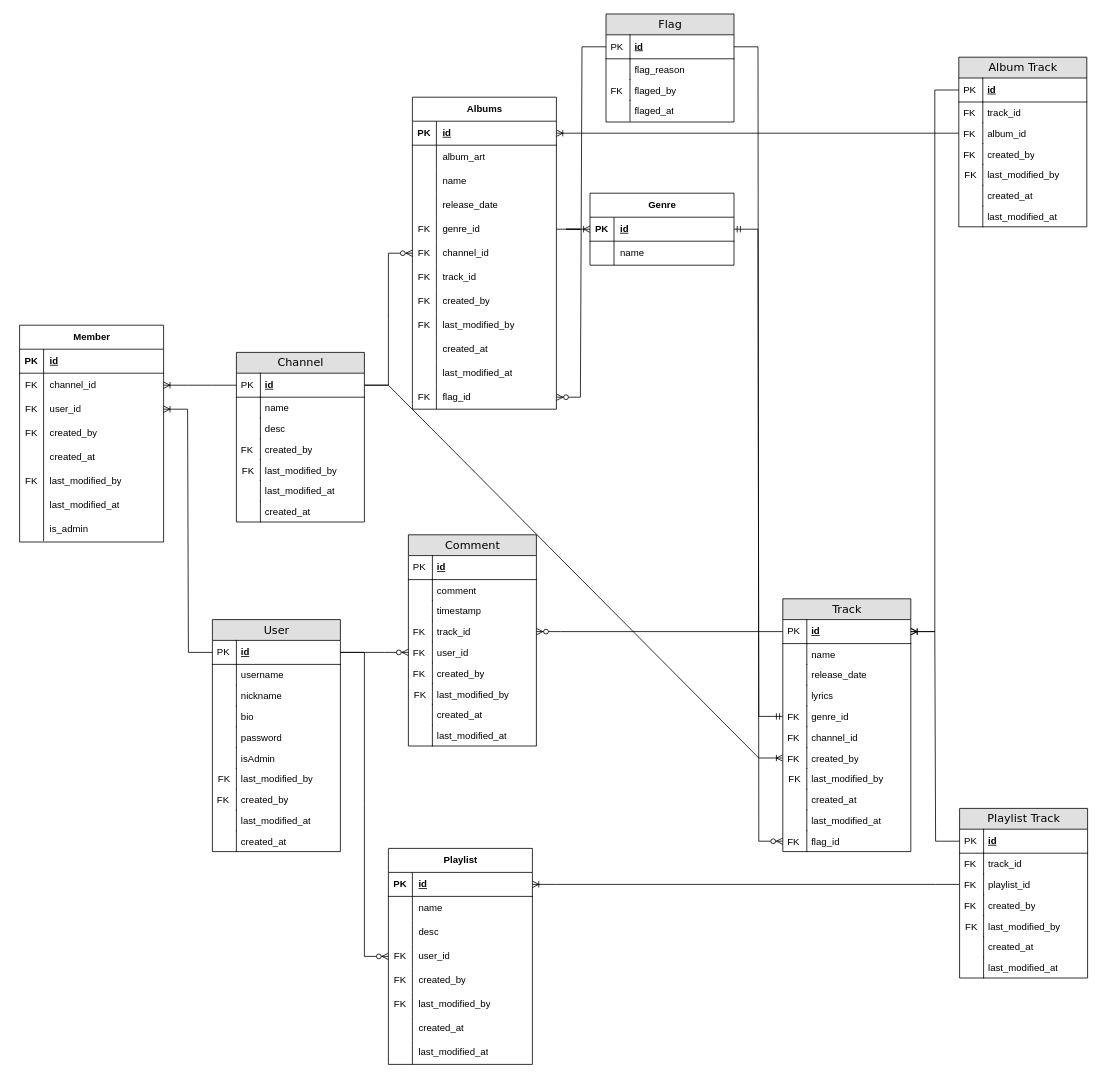
Above: blueprints/ER Diagram.drawio in kabironline/Audify-Server (draw.io), before the change. Source tidied: cells renumbered, new cells numbered last; positions are measured from the earlier drawing's top-left corner, leaving out a move shared by most shapes. Both pictures are drawn from the tidied source at 80%, with x=0, y=0 at pixel (19, 14).
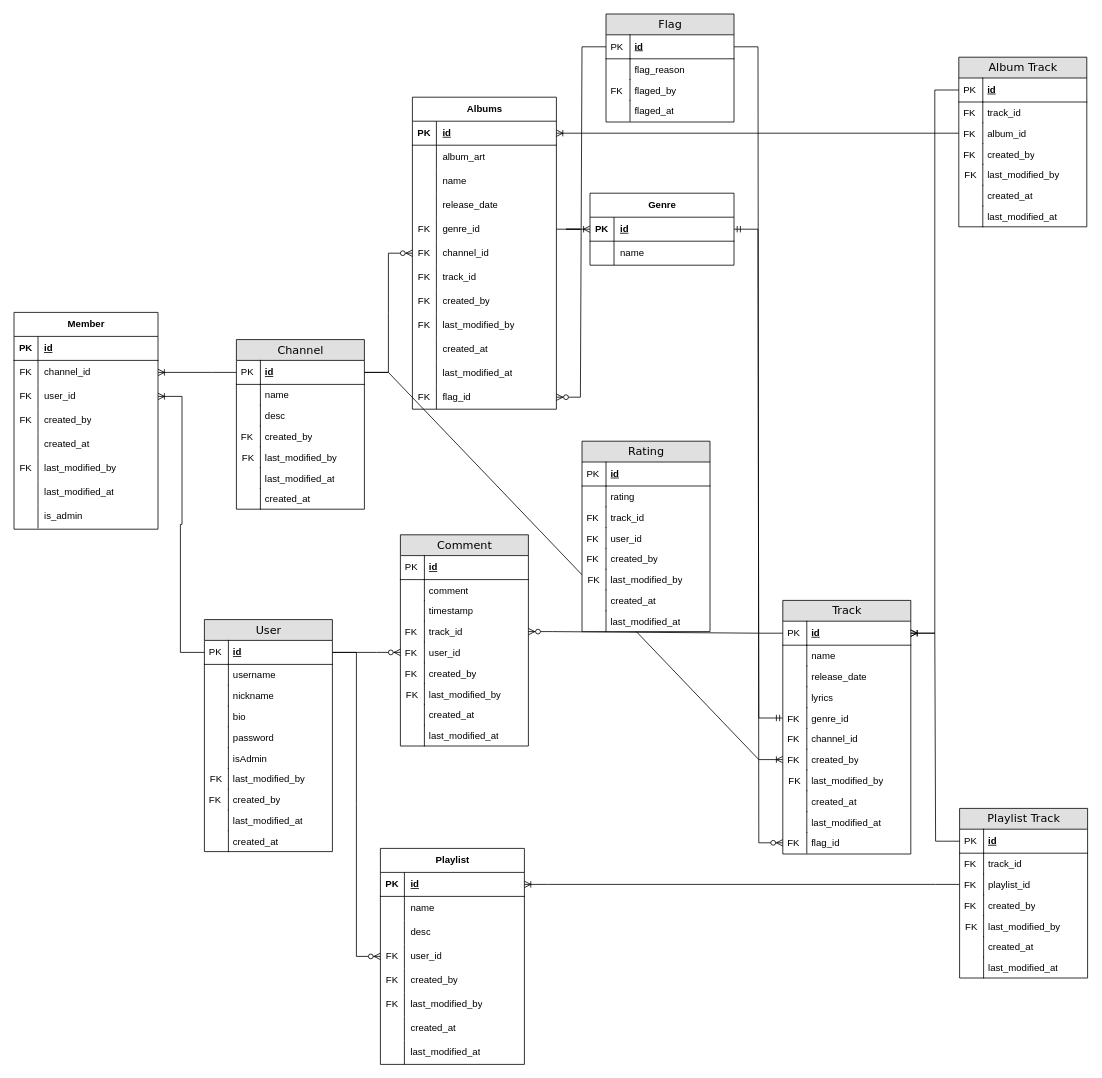
After the change.

Commit message (it also covers changes not shown here):
Updated settings and ER Diagram

What changed in the source:
```diff
@@
     <mxCell id="2" value="User" style="swimlane;html=1;fontStyle=0;horizontal=1;startSize=26;fillColor=#e0e0e0;swimlaneFillColor=#ffffff;align=center;rounded=0;shadow=0;comic=0;labelBackgroundColor=none;strokeWidth=1;fontFamily=Verdana;fontSize=14;" parent="1" vertex="1">
-      <mxGeometry x="241" y="757" width="160" height="290" as="geometry" />
+      <mxGeometry x="231" y="757" width="160" height="290" as="geometry" />
     </mxCell>
@@
     <mxCell id="23" value="Channel" style="swimlane;html=1;fontStyle=0;horizontal=1;startSize=26;fillColor=#e0e0e0;swimlaneFillColor=#ffffff;align=center;rounded=0;shadow=0;comic=0;labelBackgroundColor=none;strokeWidth=1;fontFamily=Verdana;fontSize=14;" parent="1" vertex="1">
-      <mxGeometry x="271" y="423" width="160" height="212" as="geometry" />
+      <mxGeometry x="271" y="407" width="160" height="212" as="geometry" />
     </mxCell>
@@
     <mxCell id="42" value="Comment" style="swimlane;html=1;fontStyle=0;horizontal=1;startSize=26;fillColor=#e0e0e0;swimlaneFillColor=#ffffff;align=center;rounded=0;shadow=0;comic=0;labelBackgroundColor=none;strokeWidth=1;fontFamily=Verdana;fontSize=14;" parent="1" vertex="1">
-      <mxGeometry x="486" y="651" width="160" height="264" as="geometry" />
+      <mxGeometry x="476" y="651" width="160" height="264" as="geometry" />
     </mxCell>
@@
     <mxCell id="109" value="Playlist" style="shape=table;startSize=30;childLayout=tableLayout;rowLines=0;fontStyle=1;align=center;html=1;rounded=0;shadow=0;" parent="1" vertex="1">
-      <mxGeometry x="461" y="1043" width="180" height="270" as="geometry" />
+      <mxGeometry x="451" y="1043" width="180" height="270" as="geometry" />
     </mxCell>
@@
     <mxCell id="135" value="Member" style="shape=table;startSize=30;childLayout=tableLayout;rowLines=0;fontStyle=1;align=center;html=1;rounded=0;shadow=0;" parent="1" vertex="1">
-      <mxGeometry y="389" width="180" height="271" as="geometry" />
+      <mxGeometry x="-7" y="373" width="180" height="271" as="geometry" />
     </mxCell>
@@
     <mxCell id="176" value="Track" style="swimlane;html=1;fontStyle=0;horizontal=1;startSize=26;fillColor=#e0e0e0;swimlaneFillColor=#ffffff;align=center;rounded=0;shadow=0;comic=0;labelBackgroundColor=none;strokeWidth=1;fontFamily=Verdana;fontSize=14;" parent="1" vertex="1">
-      <mxGeometry x="954" y="731" width="160" height="316" as="geometry" />
+      <mxGeometry x="954" y="733" width="160" height="317" as="geometry" />
     </mxCell>
@@
+    <mxCell id="228" value="Rating" style="swimlane;html=1;fontStyle=0;horizontal=1;startSize=26;fillColor=#e0e0e0;swimlaneFillColor=#ffffff;align=center;rounded=0;shadow=0;comic=0;labelBackgroundColor=none;strokeWidth=1;fontFamily=Verdana;fontSize=14;" parent="1" vertex="1">
+      <mxGeometry x="703" y="534" width="160" height="238" as="geometry" />
+    </mxCell>
+    <mxCell id="229" value="id" style="shape=partialRectangle;top=0;left=0;right=0;bottom=1;html=1;align=left;verticalAlign=middle;fillColor=none;spacingLeft=34;spacingRight=4;whiteSpace=wrap;overflow=hidden;fontStyle=5;rounded=0;shadow=0;" parent="228" vertex="1">
+      <mxGeometry y="26" width="160" height="30" as="geometry" />
+    </mxCell>
+    <mxCell id="230" value="PK" style="shape=partialRectangle;top=0;left=0;bottom=0;html=1;fillColor=none;align=left;verticalAlign=middle;spacingLeft=4;spacingRight=4;whiteSpace=wrap;overflow=hidden;rounded=0;shadow=0;" parent="229" vertex="1">
+      <mxGeometry width="30" height="30" as="geometry" />
+    </mxCell>
+    <mxCell id="231" value="rating" style="shape=partialRectangle;top=0;left=0;right=0;bottom=0;html=1;align=left;verticalAlign=top;fillColor=none;spacingLeft=34;spacingRight=4;whiteSpace=wrap;overflow=hidden;rounded=0;shadow=0;" parent="228" vertex="1">
+      <mxGeometry y="56" width="160" height="26" as="geometry" />
+    </mxCell>
+    <mxCell id="232" style="shape=partialRectangle;top=0;left=0;bottom=0;html=1;fillColor=none;align=left;verticalAlign=top;spacingLeft=4;spacingRight=4;whiteSpace=wrap;overflow=hidden;rounded=0;shadow=0;" parent="231" vertex="1">
+      <mxGeometry width="30" height="26" as="geometry" />
+    </mxCell>
+    <mxCell id="233" value="track_id" style="shape=partialRectangle;top=0;left=0;right=0;bottom=0;html=1;align=left;verticalAlign=top;fillColor=none;spacingLeft=34;spacingRight=4;whiteSpace=wrap;overflow=hidden;rounded=0;shadow=0;" parent="228" vertex="1">
+      <mxGeometry y="82" width="160" height="26" as="geometry" />
+    </mxCell>
+    <mxCell id="234" value="FK" style="shape=partialRectangle;top=0;left=0;bottom=0;html=1;fillColor=none;align=left;verticalAlign=top;spacingLeft=4;spacingRight=4;whiteSpace=wrap;overflow=hidden;rounded=0;shadow=0;" parent="233" vertex="1">
+      <mxGeometry width="30" height="26" as="geometry" />
+    </mxCell>
+    <mxCell id="235" value="user_id" style="shape=partialRectangle;top=0;left=0;right=0;bottom=0;html=1;align=left;verticalAlign=top;fillColor=none;spacingLeft=34;spacingRight=4;whiteSpace=wrap;overflow=hidden;rounded=0;shadow=0;" parent="228" vertex="1">
+      <mxGeometry y="108" width="160" height="26" as="geometry" />
+    </mxCell>
+    <mxCell id="236" value="FK" style="shape=partialRectangle;top=0;left=0;bottom=0;html=1;fillColor=none;align=left;verticalAlign=top;spacingLeft=4;spacingRight=4;whiteSpace=wrap;overflow=hidden;rounded=0;shadow=0;" parent="235" vertex="1">
+      <mxGeometry width="30" height="26" as="geometry" />
+    </mxCell>
+    <mxCell id="237" value="created_by" style="shape=partialRectangle;top=0;left=0;right=0;bottom=0;html=1;align=left;verticalAlign=top;fillColor=none;spacingLeft=34;spacingRight=4;whiteSpace=wrap;overflow=hidden;rounded=0;shadow=0;" parent="228" vertex="1">
+      <mxGeometry y="134" width="160" height="26" as="geometry" />
+    </mxCell>
+    <mxCell id="238" value="FK" style="shape=partialRectangle;top=0;left=0;bottom=0;html=1;fillColor=none;align=left;verticalAlign=top;spacingLeft=4;spacingRight=4;whiteSpace=wrap;overflow=hidden;rounded=0;shadow=0;" parent="237" vertex="1">
+      <mxGeometry width="30" height="26" as="geometry" />
+    </mxCell>
+    <mxCell id="239" value="last_modified_by" style="shape=partialRectangle;top=0;left=0;right=0;bottom=0;html=1;align=left;verticalAlign=top;fillColor=none;spacingLeft=34;spacingRight=4;whiteSpace=wrap;overflow=hidden;rounded=0;shadow=0;" parent="228" vertex="1">
+      <mxGeometry y="160" width="160" height="26" as="geometry" />
+    </mxCell>
+    <mxCell id="240" value="FK" style="shape=partialRectangle;top=0;left=0;bottom=0;html=1;fillColor=none;align=center;verticalAlign=top;spacingLeft=4;spacingRight=4;whiteSpace=wrap;overflow=hidden;rounded=0;shadow=0;" parent="239" vertex="1">
+      <mxGeometry width="30" height="26" as="geometry" />
+    </mxCell>
+    <mxCell id="241" value="created_at" style="shape=partialRectangle;top=0;left=0;right=0;bottom=0;html=1;align=left;verticalAlign=top;fillColor=none;spacingLeft=34;spacingRight=4;whiteSpace=wrap;overflow=hidden;rounded=0;shadow=0;" parent="228" vertex="1">
+      <mxGeometry y="186" width="160" height="26" as="geometry" />
+    </mxCell>
+    <mxCell id="242" style="shape=partialRectangle;top=0;left=0;bottom=0;html=1;fillColor=none;align=left;verticalAlign=top;spacingLeft=4;spacingRight=4;whiteSpace=wrap;overflow=hidden;rounded=0;shadow=0;" parent="241" vertex="1">
+      <mxGeometry width="30" height="26" as="geometry" />
+    </mxCell>
+    <mxCell id="243" value="last_modified_at" style="shape=partialRectangle;top=0;left=0;right=0;bottom=0;html=1;align=left;verticalAlign=top;fillColor=none;spacingLeft=34;spacingRight=4;whiteSpace=wrap;overflow=hidden;rounded=0;shadow=0;" parent="228" vertex="1">
+      <mxGeometry y="212" width="160" height="26" as="geometry" />
+    </mxCell>
+    <mxCell id="244" style="shape=partialRectangle;top=0;left=0;bottom=0;html=1;fillColor=none;align=left;verticalAlign=top;spacingLeft=4;spacingRight=4;whiteSpace=wrap;overflow=hidden;rounded=0;shadow=0;" parent="243" vertex="1">
+      <mxGeometry width="30" height="26" as="geometry" />
+    </mxCell>
```
